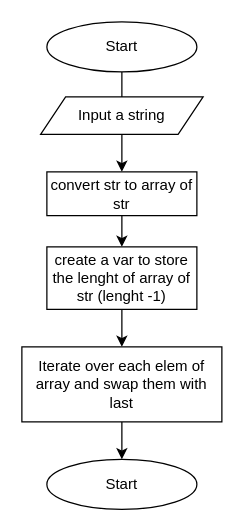
Before: Problems/Reverse.drawio in MUmarOfficial/TypeScript-Course-Code, a draw.io diagram. Source tidied: cells renumbered, new cells numbered last; positions are measured from the earlier drawing's top-left corner, leaving out a move shared by most shapes. Both pictures are drawn from the tidied source at 125%, with x=0, y=0 at pixel (21, 21).
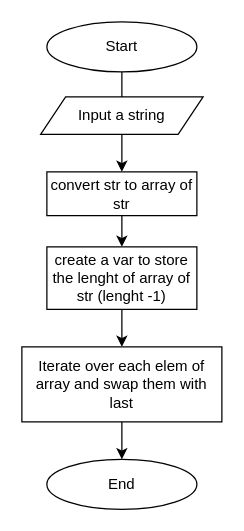
The same diagram, later.

Diff of the diagram source:
```diff
@@
 <mxGraphModel>
   <root>
     <mxCell id="0" />
     <mxCell id="1" parent="0" />
     <mxCell id="2" style="edgeStyle=none;html=1;" parent="1" edge="1" source="3">
       <mxGeometry relative="1" as="geometry">
         <mxPoint x="80" y="80" as="targetPoint" />
       </mxGeometry>
     </mxCell>
     <mxCell id="3" value="Start" style="shape=ellipse;html=1;dashed=0;whiteSpace=wrap;perimeter=ellipsePerimeter;gradientColor=none;align=center;" parent="1" vertex="1">
       <mxGeometry x="20" width="120" height="40" as="geometry" />
     </mxCell>
     <mxCell id="4" style="edgeStyle=none;html=1;" parent="1" edge="1" source="5" target="7">
       <mxGeometry relative="1" as="geometry" />
     </mxCell>
     <mxCell id="5" value="Input a string" style="shape=parallelogram;perimeter=parallelogramPerimeter;whiteSpace=wrap;html=1;fixedSize=1;" parent="1" vertex="1">
       <mxGeometry x="15" y="60" width="130" height="30" as="geometry" />
     </mxCell>
     <mxCell id="6" style="edgeStyle=none;html=1;" parent="1" edge="1" source="7" target="9">
       <mxGeometry relative="1" as="geometry" />
     </mxCell>
     <mxCell id="7" value="convert str to array of str" style="whiteSpace=wrap;html=1;" parent="1" vertex="1">
       <mxGeometry x="20" y="120" width="120" height="35" as="geometry" />
     </mxCell>
     <mxCell id="8" style="edgeStyle=none;html=1;" parent="1" edge="1" source="9" target="11">
       <mxGeometry relative="1" as="geometry" />
     </mxCell>
     <mxCell id="9" value="create a var to store the lenght of array of str (lenght -1)" style="whiteSpace=wrap;html=1;" parent="1" vertex="1">
       <mxGeometry x="20" y="180" width="120" height="50" as="geometry" />
     </mxCell>
     <mxCell id="10" style="edgeStyle=none;html=1;exitX=0.5;exitY=1;exitDx=0;exitDy=0;" parent="1" edge="1" source="11">
       <mxGeometry relative="1" as="geometry">
         <mxPoint x="80" y="350" as="targetPoint" />
       </mxGeometry>
     </mxCell>
     <mxCell id="11" value="Iterate over each elem of array and swap them with last" style="whiteSpace=wrap;html=1;" parent="1" vertex="1">
       <mxGeometry y="260" width="160" height="60" as="geometry" />
     </mxCell>
-    <mxCell id="12" value="Start" style="shape=ellipse;html=1;dashed=0;whiteSpace=wrap;perimeter=ellipsePerimeter;gradientColor=none;align=center;" parent="1" vertex="1">
+    <mxCell id="12" value="End" style="shape=ellipse;html=1;dashed=0;whiteSpace=wrap;perimeter=ellipsePerimeter;gradientColor=none;align=center;" parent="1" vertex="1">
       <mxGeometry x="20" y="350" width="120" height="40" as="geometry" />
     </mxCell>
   </root>
 </mxGraphModel>
```
